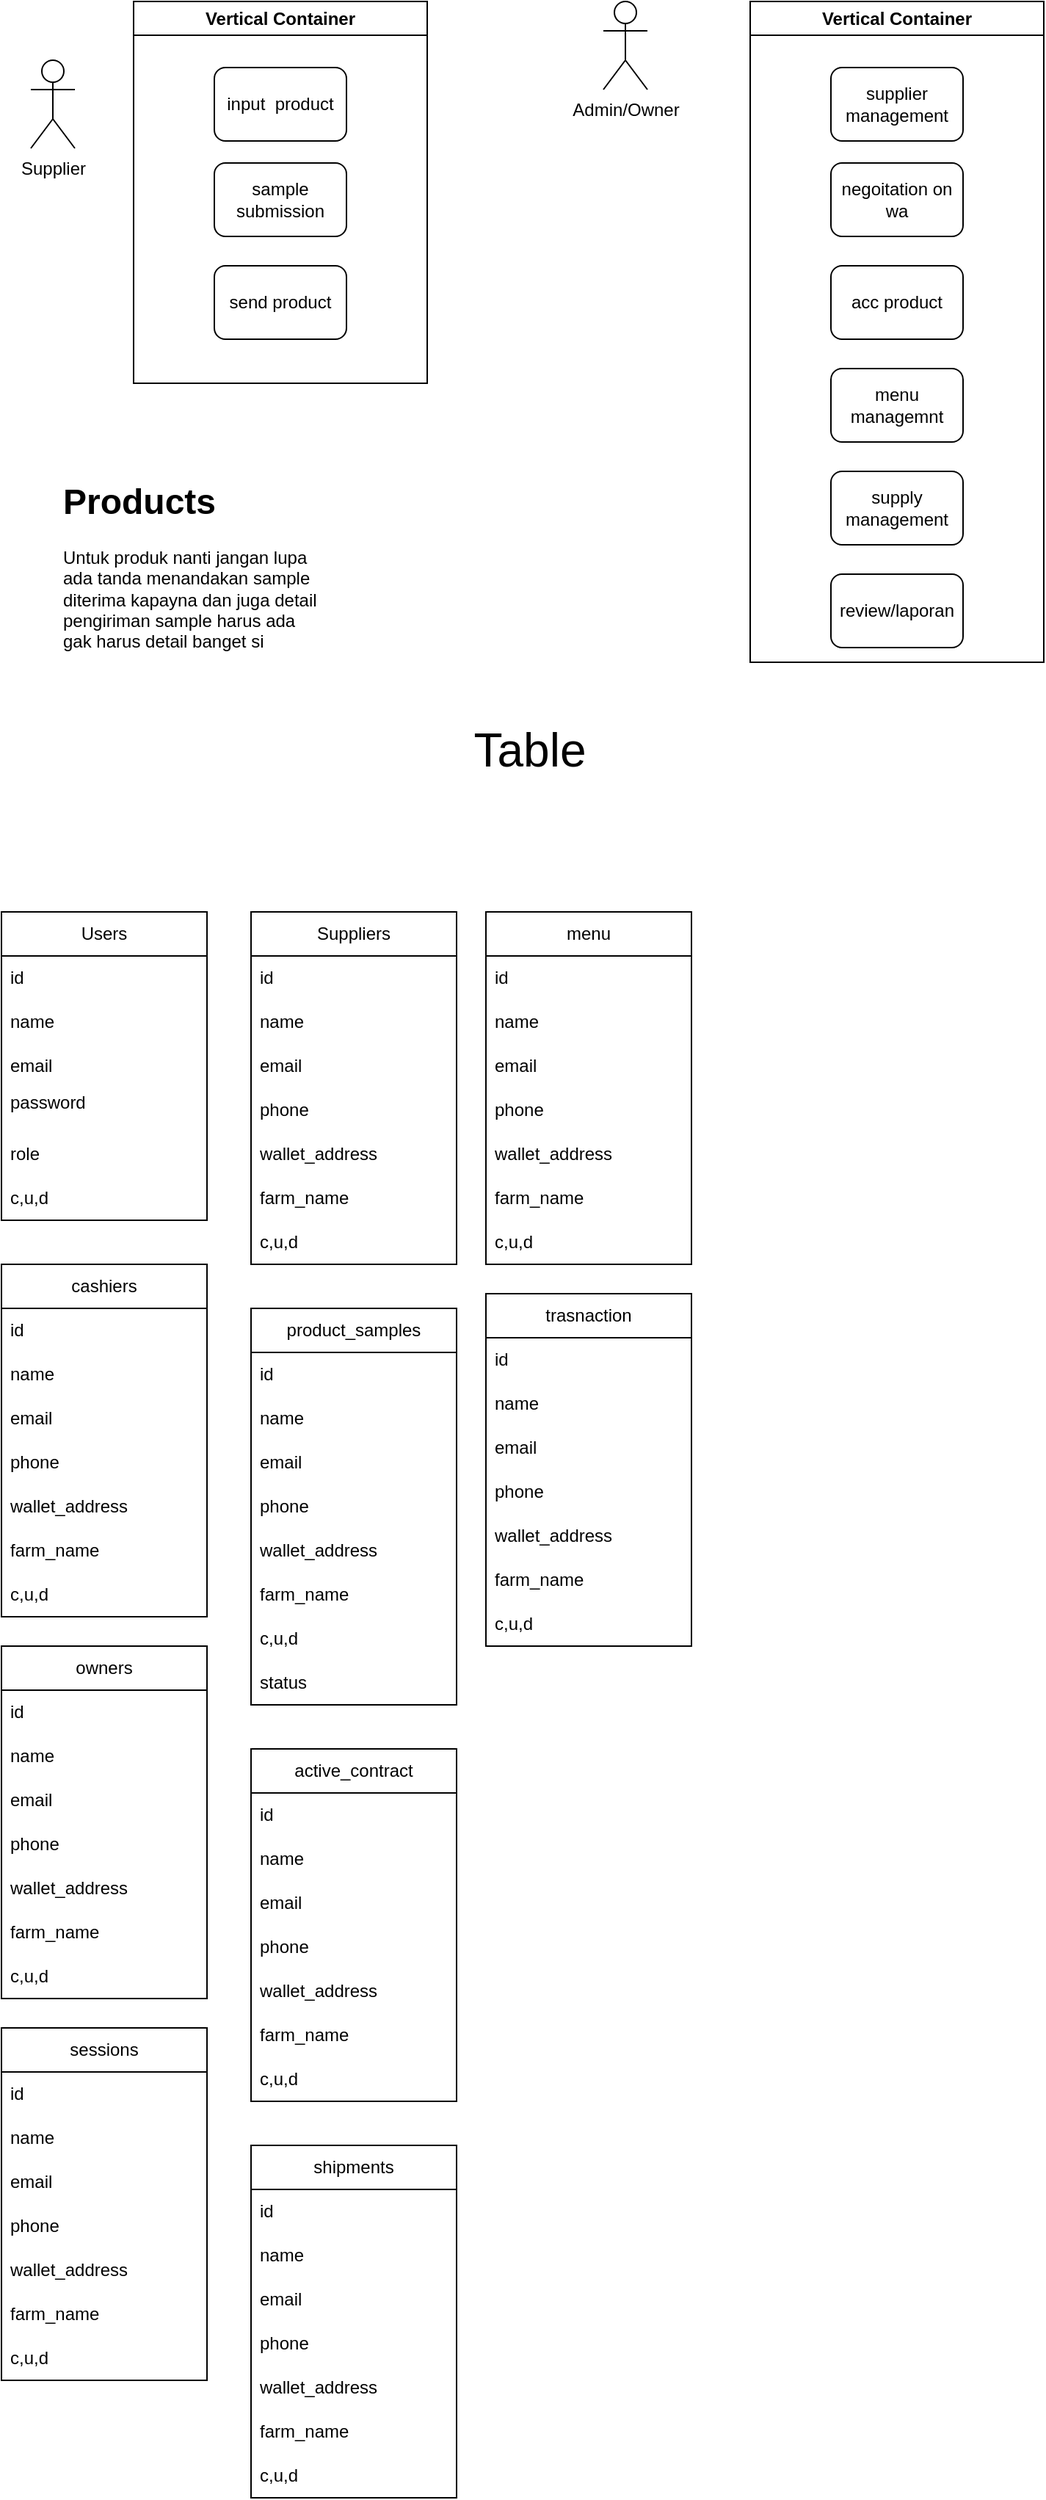
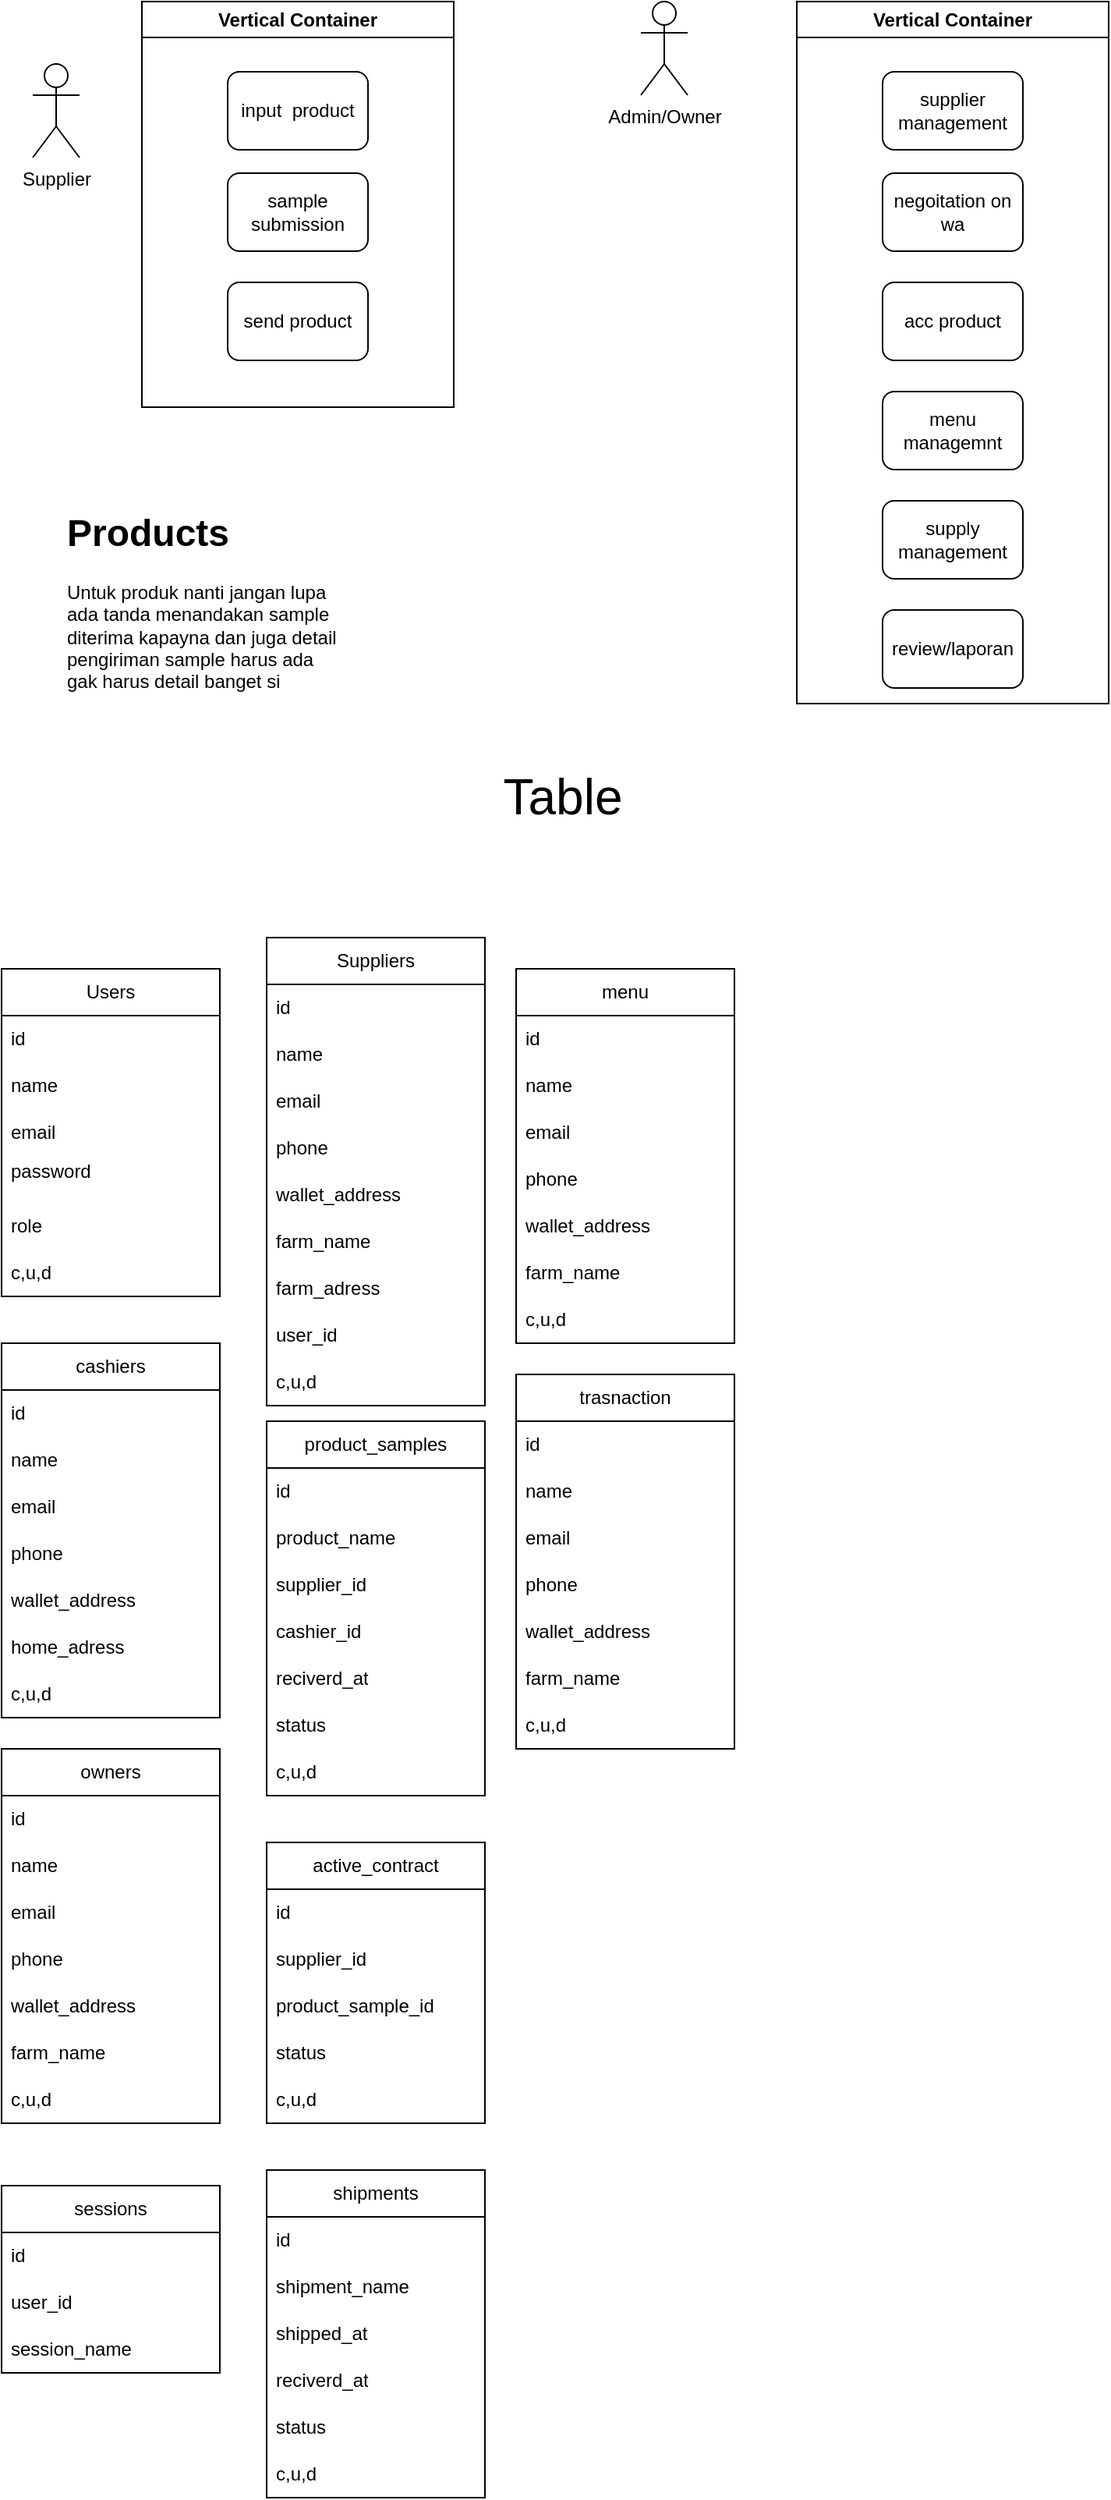
<mxfile host="app.diagrams.net">
  <diagram name="Page-1" id="4JNqUS_eqCUd7TRkhv-v">
-     <mxGraphModel dx="1664" dy="884" grid="1" gridSize="10" guides="1" tooltips="1" connect="1" arrows="1" fold="1" page="1" pageScale="1" pageWidth="850" pageHeight="1100" math="0" shadow="0">
+     <mxGraphModel dx="1288" dy="703" grid="1" gridSize="10" guides="1" tooltips="1" connect="1" arrows="1" fold="1" page="1" pageScale="1" pageWidth="850" pageHeight="1100" math="0" shadow="0">
      <root>
        <mxCell id="0" />
        <mxCell id="1" parent="0" />
        <mxCell id="Q1qn6uNOfP25dA6RXyFp-1" parent="1" style="shape=umlActor;verticalLabelPosition=bottom;verticalAlign=top;html=1;outlineConnect=0;" value="Supplier" vertex="1">
          <mxGeometry height="60" width="30" x="50" y="130" as="geometry" />
        </mxCell>
        <mxCell id="Q1qn6uNOfP25dA6RXyFp-2" parent="1" style="shape=umlActor;verticalLabelPosition=bottom;verticalAlign=top;html=1;outlineConnect=0;" value="Admin/Owner" vertex="1">
          <mxGeometry height="60" width="30" x="440" y="90" as="geometry" />
        </mxCell>
        <mxCell id="Q1qn6uNOfP25dA6RXyFp-5" parent="1" style="swimlane;whiteSpace=wrap;html=1;" value="Vertical Container" vertex="1">
          <mxGeometry height="260" width="200" x="120" y="90" as="geometry" />
        </mxCell>
        <mxCell id="Q1qn6uNOfP25dA6RXyFp-6" parent="Q1qn6uNOfP25dA6RXyFp-5" style="rounded=1;whiteSpace=wrap;html=1;" value="input&amp;nbsp; product" vertex="1">
          <mxGeometry height="50" width="90" x="55" y="45" as="geometry" />
        </mxCell>
        <mxCell id="Q1qn6uNOfP25dA6RXyFp-7" parent="Q1qn6uNOfP25dA6RXyFp-5" style="rounded=1;whiteSpace=wrap;html=1;" value="sample submission" vertex="1">
          <mxGeometry height="50" width="90" x="55" y="110" as="geometry" />
        </mxCell>
        <mxCell id="Q1qn6uNOfP25dA6RXyFp-9" parent="Q1qn6uNOfP25dA6RXyFp-5" style="rounded=1;whiteSpace=wrap;html=1;" value="send product" vertex="1">
          <mxGeometry height="50" width="90" x="55" y="180" as="geometry" />
        </mxCell>
        <mxCell id="Q1qn6uNOfP25dA6RXyFp-11" parent="1" style="swimlane;whiteSpace=wrap;html=1;" value="Vertical Container" vertex="1">
          <mxGeometry height="450" width="200" x="540" y="90" as="geometry" />
        </mxCell>
        <mxCell id="Q1qn6uNOfP25dA6RXyFp-12" parent="Q1qn6uNOfP25dA6RXyFp-11" style="rounded=1;whiteSpace=wrap;html=1;" value="supplier management" vertex="1">
          <mxGeometry height="50" width="90" x="55" y="45" as="geometry" />
        </mxCell>
        <mxCell id="Q1qn6uNOfP25dA6RXyFp-13" parent="Q1qn6uNOfP25dA6RXyFp-11" style="rounded=1;whiteSpace=wrap;html=1;" value="negoitation on wa" vertex="1">
          <mxGeometry height="50" width="90" x="55" y="110" as="geometry" />
        </mxCell>
        <mxCell id="Q1qn6uNOfP25dA6RXyFp-14" parent="Q1qn6uNOfP25dA6RXyFp-11" style="rounded=1;whiteSpace=wrap;html=1;" value="acc product" vertex="1">
          <mxGeometry height="50" width="90" x="55" y="180" as="geometry" />
        </mxCell>
        <mxCell id="Q1qn6uNOfP25dA6RXyFp-15" parent="Q1qn6uNOfP25dA6RXyFp-11" style="rounded=1;whiteSpace=wrap;html=1;" value="menu managemnt" vertex="1">
          <mxGeometry height="50" width="90" x="55" y="250" as="geometry" />
        </mxCell>
        <mxCell id="Q1qn6uNOfP25dA6RXyFp-16" parent="Q1qn6uNOfP25dA6RXyFp-11" style="rounded=1;whiteSpace=wrap;html=1;" value="supply management" vertex="1">
          <mxGeometry height="50" width="90" x="55" y="320" as="geometry" />
        </mxCell>
        <mxCell id="Q1qn6uNOfP25dA6RXyFp-17" parent="Q1qn6uNOfP25dA6RXyFp-11" style="rounded=1;whiteSpace=wrap;html=1;" value="review/laporan" vertex="1">
          <mxGeometry height="50" width="90" x="55" y="390" as="geometry" />
        </mxCell>
        <mxCell id="Q1qn6uNOfP25dA6RXyFp-18" parent="1" style="text;html=1;whiteSpace=wrap;strokeColor=none;fillColor=none;align=center;verticalAlign=middle;rounded=0;fontSize=32;" value="Table" vertex="1">
          <mxGeometry height="40" width="200" x="290" y="580" as="geometry" />
        </mxCell>
        <mxCell id="Q1qn6uNOfP25dA6RXyFp-19" parent="1" style="swimlane;fontStyle=0;childLayout=stackLayout;horizontal=1;startSize=30;horizontalStack=0;resizeParent=1;resizeParentMax=0;resizeLast=0;collapsible=1;marginBottom=0;whiteSpace=wrap;html=1;" value="Users" vertex="1">
          <mxGeometry height="210" width="140" x="30" y="710" as="geometry" />
        </mxCell>
        <mxCell id="Q1qn6uNOfP25dA6RXyFp-20" parent="Q1qn6uNOfP25dA6RXyFp-19" style="text;strokeColor=none;fillColor=none;align=left;verticalAlign=middle;spacingLeft=4;spacingRight=4;overflow=hidden;points=[[0,0.5],[1,0.5]];portConstraint=eastwest;rotatable=0;whiteSpace=wrap;html=1;" value="id" vertex="1">
          <mxGeometry height="30" width="140" y="30" as="geometry" />
        </mxCell>
        <mxCell id="Q1qn6uNOfP25dA6RXyFp-21" parent="Q1qn6uNOfP25dA6RXyFp-19" style="text;strokeColor=none;fillColor=none;align=left;verticalAlign=middle;spacingLeft=4;spacingRight=4;overflow=hidden;points=[[0,0.5],[1,0.5]];portConstraint=eastwest;rotatable=0;whiteSpace=wrap;html=1;" value="name" vertex="1">
          <mxGeometry height="30" width="140" y="60" as="geometry" />
        </mxCell>
        <mxCell id="Q1qn6uNOfP25dA6RXyFp-22" parent="Q1qn6uNOfP25dA6RXyFp-19" style="text;strokeColor=none;fillColor=none;align=left;verticalAlign=middle;spacingLeft=4;spacingRight=4;overflow=hidden;points=[[0,0.5],[1,0.5]];portConstraint=eastwest;rotatable=0;whiteSpace=wrap;html=1;" value="email" vertex="1">
          <mxGeometry height="30" width="140" y="90" as="geometry" />
        </mxCell>
        <mxCell id="Q1qn6uNOfP25dA6RXyFp-23" parent="Q1qn6uNOfP25dA6RXyFp-19" style="text;strokeColor=none;fillColor=none;align=left;verticalAlign=middle;spacingLeft=4;spacingRight=4;overflow=hidden;points=[[0,0.5],[1,0.5]];portConstraint=eastwest;rotatable=0;whiteSpace=wrap;html=1;" value="password&lt;div&gt;&lt;br&gt;&lt;/div&gt;" vertex="1">
          <mxGeometry height="30" width="140" y="120" as="geometry" />
        </mxCell>
        <mxCell id="Q1qn6uNOfP25dA6RXyFp-24" parent="Q1qn6uNOfP25dA6RXyFp-19" style="text;strokeColor=none;fillColor=none;align=left;verticalAlign=middle;spacingLeft=4;spacingRight=4;overflow=hidden;points=[[0,0.5],[1,0.5]];portConstraint=eastwest;rotatable=0;whiteSpace=wrap;html=1;" value="&lt;div&gt;role&lt;/div&gt;" vertex="1">
          <mxGeometry height="30" width="140" y="150" as="geometry" />
        </mxCell>
        <mxCell id="Q1qn6uNOfP25dA6RXyFp-26" parent="Q1qn6uNOfP25dA6RXyFp-19" style="text;strokeColor=none;fillColor=none;align=left;verticalAlign=middle;spacingLeft=4;spacingRight=4;overflow=hidden;points=[[0,0.5],[1,0.5]];portConstraint=eastwest;rotatable=0;whiteSpace=wrap;html=1;" value="&lt;div&gt;c,u,d&lt;/div&gt;" vertex="1">
          <mxGeometry height="30" width="140" y="180" as="geometry" />
        </mxCell>
        <mxCell id="Q1qn6uNOfP25dA6RXyFp-27" parent="1" style="swimlane;fontStyle=0;childLayout=stackLayout;horizontal=1;startSize=30;horizontalStack=0;resizeParent=1;resizeParentMax=0;resizeLast=0;collapsible=1;marginBottom=0;whiteSpace=wrap;html=1;" value="Suppliers" vertex="1">
-           <mxGeometry height="240" width="140" x="200" y="710" as="geometry" />
+           <mxGeometry height="300" width="140" x="200" y="690" as="geometry" />
        </mxCell>
        <mxCell id="Q1qn6uNOfP25dA6RXyFp-28" parent="Q1qn6uNOfP25dA6RXyFp-27" style="text;strokeColor=none;fillColor=none;align=left;verticalAlign=middle;spacingLeft=4;spacingRight=4;overflow=hidden;points=[[0,0.5],[1,0.5]];portConstraint=eastwest;rotatable=0;whiteSpace=wrap;html=1;" value="id" vertex="1">
          <mxGeometry height="30" width="140" y="30" as="geometry" />
        </mxCell>
        <mxCell id="Q1qn6uNOfP25dA6RXyFp-29" parent="Q1qn6uNOfP25dA6RXyFp-27" style="text;strokeColor=none;fillColor=none;align=left;verticalAlign=middle;spacingLeft=4;spacingRight=4;overflow=hidden;points=[[0,0.5],[1,0.5]];portConstraint=eastwest;rotatable=0;whiteSpace=wrap;html=1;" value="name" vertex="1">
          <mxGeometry height="30" width="140" y="60" as="geometry" />
        </mxCell>
        <mxCell id="Q1qn6uNOfP25dA6RXyFp-30" parent="Q1qn6uNOfP25dA6RXyFp-27" style="text;strokeColor=none;fillColor=none;align=left;verticalAlign=middle;spacingLeft=4;spacingRight=4;overflow=hidden;points=[[0,0.5],[1,0.5]];portConstraint=eastwest;rotatable=0;whiteSpace=wrap;html=1;" value="email" vertex="1">
          <mxGeometry height="30" width="140" y="90" as="geometry" />
        </mxCell>
        <mxCell id="Q1qn6uNOfP25dA6RXyFp-31" parent="Q1qn6uNOfP25dA6RXyFp-27" style="text;strokeColor=none;fillColor=none;align=left;verticalAlign=middle;spacingLeft=4;spacingRight=4;overflow=hidden;points=[[0,0.5],[1,0.5]];portConstraint=eastwest;rotatable=0;whiteSpace=wrap;html=1;" value="&lt;div&gt;phone&lt;/div&gt;" vertex="1">
          <mxGeometry height="30" width="140" y="120" as="geometry" />
        </mxCell>
        <mxCell id="Q1qn6uNOfP25dA6RXyFp-25" parent="Q1qn6uNOfP25dA6RXyFp-27" style="text;strokeColor=none;fillColor=none;align=left;verticalAlign=middle;spacingLeft=4;spacingRight=4;overflow=hidden;points=[[0,0.5],[1,0.5]];portConstraint=eastwest;rotatable=0;whiteSpace=wrap;html=1;" value="&lt;div&gt;wallet_address&lt;/div&gt;" vertex="1">
          <mxGeometry height="30" width="140" y="150" as="geometry" />
        </mxCell>
        <mxCell id="Q1qn6uNOfP25dA6RXyFp-35" parent="Q1qn6uNOfP25dA6RXyFp-27" style="text;strokeColor=none;fillColor=none;align=left;verticalAlign=middle;spacingLeft=4;spacingRight=4;overflow=hidden;points=[[0,0.5],[1,0.5]];portConstraint=eastwest;rotatable=0;whiteSpace=wrap;html=1;" value="farm_name" vertex="1">
          <mxGeometry height="30" width="140" y="180" as="geometry" />
        </mxCell>
+         <mxCell id="-SLvS0wpx-RBKat0YRym-4" parent="Q1qn6uNOfP25dA6RXyFp-27" style="text;strokeColor=none;fillColor=none;align=left;verticalAlign=middle;spacingLeft=4;spacingRight=4;overflow=hidden;points=[[0,0.5],[1,0.5]];portConstraint=eastwest;rotatable=0;whiteSpace=wrap;html=1;" value="farm_adress" vertex="1">
+           <mxGeometry height="30" width="140" y="210" as="geometry" />
+         </mxCell>
+         <mxCell id="-SLvS0wpx-RBKat0YRym-6" parent="Q1qn6uNOfP25dA6RXyFp-27" style="text;strokeColor=none;fillColor=none;align=left;verticalAlign=middle;spacingLeft=4;spacingRight=4;overflow=hidden;points=[[0,0.5],[1,0.5]];portConstraint=eastwest;rotatable=0;whiteSpace=wrap;html=1;" value="user_id" vertex="1">
+           <mxGeometry height="30" width="140" y="240" as="geometry" />
+         </mxCell>
        <mxCell id="Q1qn6uNOfP25dA6RXyFp-37" parent="Q1qn6uNOfP25dA6RXyFp-27" style="text;strokeColor=none;fillColor=none;align=left;verticalAlign=middle;spacingLeft=4;spacingRight=4;overflow=hidden;points=[[0,0.5],[1,0.5]];portConstraint=eastwest;rotatable=0;whiteSpace=wrap;html=1;" value="&lt;div&gt;c,u,d&lt;/div&gt;" vertex="1">
-           <mxGeometry height="30" width="140" y="210" as="geometry" />
+           <mxGeometry height="30" width="140" y="270" as="geometry" />
        </mxCell>
        <mxCell id="Q1qn6uNOfP25dA6RXyFp-38" parent="1" style="swimlane;fontStyle=0;childLayout=stackLayout;horizontal=1;startSize=30;horizontalStack=0;resizeParent=1;resizeParentMax=0;resizeLast=0;collapsible=1;marginBottom=0;whiteSpace=wrap;html=1;" value="active_contract" vertex="1">
-           <mxGeometry height="240" width="140" x="200" y="1280" as="geometry" />
+           <mxGeometry height="180" width="140" x="200" y="1270" as="geometry" />
        </mxCell>
        <mxCell id="Q1qn6uNOfP25dA6RXyFp-39" parent="Q1qn6uNOfP25dA6RXyFp-38" style="text;strokeColor=none;fillColor=none;align=left;verticalAlign=middle;spacingLeft=4;spacingRight=4;overflow=hidden;points=[[0,0.5],[1,0.5]];portConstraint=eastwest;rotatable=0;whiteSpace=wrap;html=1;" value="id" vertex="1">
          <mxGeometry height="30" width="140" y="30" as="geometry" />
        </mxCell>
-         <mxCell id="Q1qn6uNOfP25dA6RXyFp-40" parent="Q1qn6uNOfP25dA6RXyFp-38" style="text;strokeColor=none;fillColor=none;align=left;verticalAlign=middle;spacingLeft=4;spacingRight=4;overflow=hidden;points=[[0,0.5],[1,0.5]];portConstraint=eastwest;rotatable=0;whiteSpace=wrap;html=1;" value="name" vertex="1">
-           <mxGeometry height="30" width="140" y="60" as="geometry" />
-         </mxCell>
-         <mxCell id="Q1qn6uNOfP25dA6RXyFp-41" parent="Q1qn6uNOfP25dA6RXyFp-38" style="text;strokeColor=none;fillColor=none;align=left;verticalAlign=middle;spacingLeft=4;spacingRight=4;overflow=hidden;points=[[0,0.5],[1,0.5]];portConstraint=eastwest;rotatable=0;whiteSpace=wrap;html=1;" value="email" vertex="1">
-           <mxGeometry height="30" width="140" y="90" as="geometry" />
-         </mxCell>
-         <mxCell id="Q1qn6uNOfP25dA6RXyFp-42" parent="Q1qn6uNOfP25dA6RXyFp-38" style="text;strokeColor=none;fillColor=none;align=left;verticalAlign=middle;spacingLeft=4;spacingRight=4;overflow=hidden;points=[[0,0.5],[1,0.5]];portConstraint=eastwest;rotatable=0;whiteSpace=wrap;html=1;" value="&lt;div&gt;phone&lt;/div&gt;" vertex="1">
-           <mxGeometry height="30" width="140" y="120" as="geometry" />
-         </mxCell>
-         <mxCell id="Q1qn6uNOfP25dA6RXyFp-43" parent="Q1qn6uNOfP25dA6RXyFp-38" style="text;strokeColor=none;fillColor=none;align=left;verticalAlign=middle;spacingLeft=4;spacingRight=4;overflow=hidden;points=[[0,0.5],[1,0.5]];portConstraint=eastwest;rotatable=0;whiteSpace=wrap;html=1;" value="&lt;div&gt;wallet_address&lt;/div&gt;" vertex="1">
-           <mxGeometry height="30" width="140" y="150" as="geometry" />
-         </mxCell>
-         <mxCell id="Q1qn6uNOfP25dA6RXyFp-44" parent="Q1qn6uNOfP25dA6RXyFp-38" style="text;strokeColor=none;fillColor=none;align=left;verticalAlign=middle;spacingLeft=4;spacingRight=4;overflow=hidden;points=[[0,0.5],[1,0.5]];portConstraint=eastwest;rotatable=0;whiteSpace=wrap;html=1;" value="farm_name" vertex="1">
-           <mxGeometry height="30" width="140" y="180" as="geometry" />
+         <mxCell id="Q1qn6uNOfP25dA6RXyFp-40" parent="Q1qn6uNOfP25dA6RXyFp-38" style="text;strokeColor=none;fillColor=none;align=left;verticalAlign=middle;spacingLeft=4;spacingRight=4;overflow=hidden;points=[[0,0.5],[1,0.5]];portConstraint=eastwest;rotatable=0;whiteSpace=wrap;html=1;" value="supplier_id" vertex="1">
+           <mxGeometry height="30" width="140" y="60" as="geometry" />
+         </mxCell>
+         <mxCell id="Q1qn6uNOfP25dA6RXyFp-41" parent="Q1qn6uNOfP25dA6RXyFp-38" style="text;strokeColor=none;fillColor=none;align=left;verticalAlign=middle;spacingLeft=4;spacingRight=4;overflow=hidden;points=[[0,0.5],[1,0.5]];portConstraint=eastwest;rotatable=0;whiteSpace=wrap;html=1;" value="product_sample_id" vertex="1">
+           <mxGeometry height="30" width="140" y="90" as="geometry" />
+         </mxCell>
+         <mxCell id="Q1qn6uNOfP25dA6RXyFp-44" parent="Q1qn6uNOfP25dA6RXyFp-38" style="text;strokeColor=none;fillColor=none;align=left;verticalAlign=middle;spacingLeft=4;spacingRight=4;overflow=hidden;points=[[0,0.5],[1,0.5]];portConstraint=eastwest;rotatable=0;whiteSpace=wrap;html=1;" value="status" vertex="1">
+           <mxGeometry height="30" width="140" y="120" as="geometry" />
        </mxCell>
        <mxCell id="Q1qn6uNOfP25dA6RXyFp-45" parent="Q1qn6uNOfP25dA6RXyFp-38" style="text;strokeColor=none;fillColor=none;align=left;verticalAlign=middle;spacingLeft=4;spacingRight=4;overflow=hidden;points=[[0,0.5],[1,0.5]];portConstraint=eastwest;rotatable=0;whiteSpace=wrap;html=1;" value="&lt;div&gt;c,u,d&lt;/div&gt;" vertex="1">
-           <mxGeometry height="30" width="140" y="210" as="geometry" />
+           <mxGeometry height="30" width="140" y="150" as="geometry" />
        </mxCell>
        <mxCell id="Q1qn6uNOfP25dA6RXyFp-46" parent="1" style="swimlane;fontStyle=0;childLayout=stackLayout;horizontal=1;startSize=30;horizontalStack=0;resizeParent=1;resizeParentMax=0;resizeLast=0;collapsible=1;marginBottom=0;whiteSpace=wrap;html=1;" value="menu" vertex="1">
          <mxGeometry height="240" width="140" x="360" y="710" as="geometry" />
        </mxCell>
        <mxCell id="Q1qn6uNOfP25dA6RXyFp-47" parent="Q1qn6uNOfP25dA6RXyFp-46" style="text;strokeColor=none;fillColor=none;align=left;verticalAlign=middle;spacingLeft=4;spacingRight=4;overflow=hidden;points=[[0,0.5],[1,0.5]];portConstraint=eastwest;rotatable=0;whiteSpace=wrap;html=1;" value="id" vertex="1">
          <mxGeometry height="30" width="140" y="30" as="geometry" />
        </mxCell>
        <mxCell id="Q1qn6uNOfP25dA6RXyFp-48" parent="Q1qn6uNOfP25dA6RXyFp-46" style="text;strokeColor=none;fillColor=none;align=left;verticalAlign=middle;spacingLeft=4;spacingRight=4;overflow=hidden;points=[[0,0.5],[1,0.5]];portConstraint=eastwest;rotatable=0;whiteSpace=wrap;html=1;" value="name" vertex="1">
          <mxGeometry height="30" width="140" y="60" as="geometry" />
        </mxCell>
        <mxCell id="Q1qn6uNOfP25dA6RXyFp-49" parent="Q1qn6uNOfP25dA6RXyFp-46" style="text;strokeColor=none;fillColor=none;align=left;verticalAlign=middle;spacingLeft=4;spacingRight=4;overflow=hidden;points=[[0,0.5],[1,0.5]];portConstraint=eastwest;rotatable=0;whiteSpace=wrap;html=1;" value="email" vertex="1">
          <mxGeometry height="30" width="140" y="90" as="geometry" />
        </mxCell>
        <mxCell id="Q1qn6uNOfP25dA6RXyFp-50" parent="Q1qn6uNOfP25dA6RXyFp-46" style="text;strokeColor=none;fillColor=none;align=left;verticalAlign=middle;spacingLeft=4;spacingRight=4;overflow=hidden;points=[[0,0.5],[1,0.5]];portConstraint=eastwest;rotatable=0;whiteSpace=wrap;html=1;" value="&lt;div&gt;phone&lt;/div&gt;" vertex="1">
          <mxGeometry height="30" width="140" y="120" as="geometry" />
        </mxCell>
        <mxCell id="Q1qn6uNOfP25dA6RXyFp-51" parent="Q1qn6uNOfP25dA6RXyFp-46" style="text;strokeColor=none;fillColor=none;align=left;verticalAlign=middle;spacingLeft=4;spacingRight=4;overflow=hidden;points=[[0,0.5],[1,0.5]];portConstraint=eastwest;rotatable=0;whiteSpace=wrap;html=1;" value="&lt;div&gt;wallet_address&lt;/div&gt;" vertex="1">
          <mxGeometry height="30" width="140" y="150" as="geometry" />
        </mxCell>
        <mxCell id="Q1qn6uNOfP25dA6RXyFp-52" parent="Q1qn6uNOfP25dA6RXyFp-46" style="text;strokeColor=none;fillColor=none;align=left;verticalAlign=middle;spacingLeft=4;spacingRight=4;overflow=hidden;points=[[0,0.5],[1,0.5]];portConstraint=eastwest;rotatable=0;whiteSpace=wrap;html=1;" value="farm_name" vertex="1">
          <mxGeometry height="30" width="140" y="180" as="geometry" />
        </mxCell>
        <mxCell id="Q1qn6uNOfP25dA6RXyFp-53" parent="Q1qn6uNOfP25dA6RXyFp-46" style="text;strokeColor=none;fillColor=none;align=left;verticalAlign=middle;spacingLeft=4;spacingRight=4;overflow=hidden;points=[[0,0.5],[1,0.5]];portConstraint=eastwest;rotatable=0;whiteSpace=wrap;html=1;" value="&lt;div&gt;c,u,d&lt;/div&gt;" vertex="1">
          <mxGeometry height="30" width="140" y="210" as="geometry" />
        </mxCell>
        <mxCell id="Q1qn6uNOfP25dA6RXyFp-54" parent="1" style="swimlane;fontStyle=0;childLayout=stackLayout;horizontal=1;startSize=30;horizontalStack=0;resizeParent=1;resizeParentMax=0;resizeLast=0;collapsible=1;marginBottom=0;whiteSpace=wrap;html=1;" value="product_samples" vertex="1">
-           <mxGeometry height="270" width="140" x="200" y="980" as="geometry" />
+           <mxGeometry height="240" width="140" x="200" y="1000" as="geometry" />
        </mxCell>
        <mxCell id="Q1qn6uNOfP25dA6RXyFp-55" parent="Q1qn6uNOfP25dA6RXyFp-54" style="text;strokeColor=none;fillColor=none;align=left;verticalAlign=middle;spacingLeft=4;spacingRight=4;overflow=hidden;points=[[0,0.5],[1,0.5]];portConstraint=eastwest;rotatable=0;whiteSpace=wrap;html=1;" value="id" vertex="1">
          <mxGeometry height="30" width="140" y="30" as="geometry" />
        </mxCell>
-         <mxCell id="Q1qn6uNOfP25dA6RXyFp-56" parent="Q1qn6uNOfP25dA6RXyFp-54" style="text;strokeColor=none;fillColor=none;align=left;verticalAlign=middle;spacingLeft=4;spacingRight=4;overflow=hidden;points=[[0,0.5],[1,0.5]];portConstraint=eastwest;rotatable=0;whiteSpace=wrap;html=1;" value="name" vertex="1">
-           <mxGeometry height="30" width="140" y="60" as="geometry" />
-         </mxCell>
-         <mxCell id="Q1qn6uNOfP25dA6RXyFp-57" parent="Q1qn6uNOfP25dA6RXyFp-54" style="text;strokeColor=none;fillColor=none;align=left;verticalAlign=middle;spacingLeft=4;spacingRight=4;overflow=hidden;points=[[0,0.5],[1,0.5]];portConstraint=eastwest;rotatable=0;whiteSpace=wrap;html=1;" value="email" vertex="1">
-           <mxGeometry height="30" width="140" y="90" as="geometry" />
-         </mxCell>
-         <mxCell id="Q1qn6uNOfP25dA6RXyFp-58" parent="Q1qn6uNOfP25dA6RXyFp-54" style="text;strokeColor=none;fillColor=none;align=left;verticalAlign=middle;spacingLeft=4;spacingRight=4;overflow=hidden;points=[[0,0.5],[1,0.5]];portConstraint=eastwest;rotatable=0;whiteSpace=wrap;html=1;" value="&lt;div&gt;phone&lt;/div&gt;" vertex="1">
-           <mxGeometry height="30" width="140" y="120" as="geometry" />
-         </mxCell>
-         <mxCell id="Q1qn6uNOfP25dA6RXyFp-59" parent="Q1qn6uNOfP25dA6RXyFp-54" style="text;strokeColor=none;fillColor=none;align=left;verticalAlign=middle;spacingLeft=4;spacingRight=4;overflow=hidden;points=[[0,0.5],[1,0.5]];portConstraint=eastwest;rotatable=0;whiteSpace=wrap;html=1;" value="&lt;div&gt;wallet_address&lt;/div&gt;" vertex="1">
-           <mxGeometry height="30" width="140" y="150" as="geometry" />
-         </mxCell>
-         <mxCell id="Q1qn6uNOfP25dA6RXyFp-60" parent="Q1qn6uNOfP25dA6RXyFp-54" style="text;strokeColor=none;fillColor=none;align=left;verticalAlign=middle;spacingLeft=4;spacingRight=4;overflow=hidden;points=[[0,0.5],[1,0.5]];portConstraint=eastwest;rotatable=0;whiteSpace=wrap;html=1;" value="farm_name" vertex="1">
+         <mxCell id="Q1qn6uNOfP25dA6RXyFp-57" parent="Q1qn6uNOfP25dA6RXyFp-54" style="text;strokeColor=none;fillColor=none;align=left;verticalAlign=middle;spacingLeft=4;spacingRight=4;overflow=hidden;points=[[0,0.5],[1,0.5]];portConstraint=eastwest;rotatable=0;whiteSpace=wrap;html=1;" value="product_name" vertex="1">
+           <mxGeometry height="30" width="140" y="60" as="geometry" />
+         </mxCell>
+         <mxCell id="-SLvS0wpx-RBKat0YRym-5" parent="Q1qn6uNOfP25dA6RXyFp-54" style="text;strokeColor=none;fillColor=none;align=left;verticalAlign=middle;spacingLeft=4;spacingRight=4;overflow=hidden;points=[[0,0.5],[1,0.5]];portConstraint=eastwest;rotatable=0;whiteSpace=wrap;html=1;" value="supplier_id" vertex="1">
+           <mxGeometry height="30" width="140" y="90" as="geometry" />
+         </mxCell>
+         <mxCell id="-SLvS0wpx-RBKat0YRym-7" parent="Q1qn6uNOfP25dA6RXyFp-54" style="text;strokeColor=none;fillColor=none;align=left;verticalAlign=middle;spacingLeft=4;spacingRight=4;overflow=hidden;points=[[0,0.5],[1,0.5]];portConstraint=eastwest;rotatable=0;whiteSpace=wrap;html=1;" value="cashier_id" vertex="1">
+           <mxGeometry height="30" width="140" y="120" as="geometry" />
+         </mxCell>
+         <mxCell id="-SLvS0wpx-RBKat0YRym-8" parent="Q1qn6uNOfP25dA6RXyFp-54" style="text;strokeColor=none;fillColor=none;align=left;verticalAlign=middle;spacingLeft=4;spacingRight=4;overflow=hidden;points=[[0,0.5],[1,0.5]];portConstraint=eastwest;rotatable=0;whiteSpace=wrap;html=1;" value="reciverd_at" vertex="1">
+           <mxGeometry height="30" width="140" y="150" as="geometry" />
+         </mxCell>
+         <mxCell id="Q1qn6uNOfP25dA6RXyFp-87" parent="Q1qn6uNOfP25dA6RXyFp-54" style="text;strokeColor=none;fillColor=none;align=left;verticalAlign=middle;spacingLeft=4;spacingRight=4;overflow=hidden;points=[[0,0.5],[1,0.5]];portConstraint=eastwest;rotatable=0;whiteSpace=wrap;html=1;" value="status" vertex="1">
          <mxGeometry height="30" width="140" y="180" as="geometry" />
        </mxCell>
        <mxCell id="Q1qn6uNOfP25dA6RXyFp-61" parent="Q1qn6uNOfP25dA6RXyFp-54" style="text;strokeColor=none;fillColor=none;align=left;verticalAlign=middle;spacingLeft=4;spacingRight=4;overflow=hidden;points=[[0,0.5],[1,0.5]];portConstraint=eastwest;rotatable=0;whiteSpace=wrap;html=1;" value="&lt;div&gt;c,u,d&lt;/div&gt;" vertex="1">
          <mxGeometry height="30" width="140" y="210" as="geometry" />
-         </mxCell>
-         <mxCell id="Q1qn6uNOfP25dA6RXyFp-87" parent="Q1qn6uNOfP25dA6RXyFp-54" style="text;strokeColor=none;fillColor=none;align=left;verticalAlign=middle;spacingLeft=4;spacingRight=4;overflow=hidden;points=[[0,0.5],[1,0.5]];portConstraint=eastwest;rotatable=0;whiteSpace=wrap;html=1;" value="status" vertex="1">
-           <mxGeometry height="30" width="140" y="240" as="geometry" />
        </mxCell>
        <mxCell id="Q1qn6uNOfP25dA6RXyFp-62" parent="1" style="text;html=1;whiteSpace=wrap;overflow=hidden;rounded=0;" value="&lt;h1 style=&quot;margin-top: 0px;&quot;&gt;Products&lt;/h1&gt;&lt;p&gt;Untuk produk nanti jangan lupa ada tanda menandakan sample diterima kapayna dan juga detail pengiriman sample harus ada gak harus detail banget si&lt;/p&gt;" vertex="1">
          <mxGeometry height="120" width="180" x="70" y="410" as="geometry" />
        </mxCell>
        <mxCell id="Q1qn6uNOfP25dA6RXyFp-63" parent="1" style="swimlane;fontStyle=0;childLayout=stackLayout;horizontal=1;startSize=30;horizontalStack=0;resizeParent=1;resizeParentMax=0;resizeLast=0;collapsible=1;marginBottom=0;whiteSpace=wrap;html=1;" value="owners" vertex="1">
          <mxGeometry height="240" width="140" x="30" y="1210" as="geometry" />
        </mxCell>
        <mxCell id="Q1qn6uNOfP25dA6RXyFp-64" parent="Q1qn6uNOfP25dA6RXyFp-63" style="text;strokeColor=none;fillColor=none;align=left;verticalAlign=middle;spacingLeft=4;spacingRight=4;overflow=hidden;points=[[0,0.5],[1,0.5]];portConstraint=eastwest;rotatable=0;whiteSpace=wrap;html=1;" value="id" vertex="1">
          <mxGeometry height="30" width="140" y="30" as="geometry" />
        </mxCell>
        <mxCell id="Q1qn6uNOfP25dA6RXyFp-65" parent="Q1qn6uNOfP25dA6RXyFp-63" style="text;strokeColor=none;fillColor=none;align=left;verticalAlign=middle;spacingLeft=4;spacingRight=4;overflow=hidden;points=[[0,0.5],[1,0.5]];portConstraint=eastwest;rotatable=0;whiteSpace=wrap;html=1;" value="name" vertex="1">
          <mxGeometry height="30" width="140" y="60" as="geometry" />
        </mxCell>
        <mxCell id="Q1qn6uNOfP25dA6RXyFp-66" parent="Q1qn6uNOfP25dA6RXyFp-63" style="text;strokeColor=none;fillColor=none;align=left;verticalAlign=middle;spacingLeft=4;spacingRight=4;overflow=hidden;points=[[0,0.5],[1,0.5]];portConstraint=eastwest;rotatable=0;whiteSpace=wrap;html=1;" value="email" vertex="1">
          <mxGeometry height="30" width="140" y="90" as="geometry" />
        </mxCell>
        <mxCell id="Q1qn6uNOfP25dA6RXyFp-67" parent="Q1qn6uNOfP25dA6RXyFp-63" style="text;strokeColor=none;fillColor=none;align=left;verticalAlign=middle;spacingLeft=4;spacingRight=4;overflow=hidden;points=[[0,0.5],[1,0.5]];portConstraint=eastwest;rotatable=0;whiteSpace=wrap;html=1;" value="&lt;div&gt;phone&lt;/div&gt;" vertex="1">
          <mxGeometry height="30" width="140" y="120" as="geometry" />
        </mxCell>
        <mxCell id="Q1qn6uNOfP25dA6RXyFp-68" parent="Q1qn6uNOfP25dA6RXyFp-63" style="text;strokeColor=none;fillColor=none;align=left;verticalAlign=middle;spacingLeft=4;spacingRight=4;overflow=hidden;points=[[0,0.5],[1,0.5]];portConstraint=eastwest;rotatable=0;whiteSpace=wrap;html=1;" value="&lt;div&gt;wallet_address&lt;/div&gt;" vertex="1">
          <mxGeometry height="30" width="140" y="150" as="geometry" />
        </mxCell>
        <mxCell id="Q1qn6uNOfP25dA6RXyFp-69" parent="Q1qn6uNOfP25dA6RXyFp-63" style="text;strokeColor=none;fillColor=none;align=left;verticalAlign=middle;spacingLeft=4;spacingRight=4;overflow=hidden;points=[[0,0.5],[1,0.5]];portConstraint=eastwest;rotatable=0;whiteSpace=wrap;html=1;" value="farm_name" vertex="1">
          <mxGeometry height="30" width="140" y="180" as="geometry" />
        </mxCell>
        <mxCell id="Q1qn6uNOfP25dA6RXyFp-70" parent="Q1qn6uNOfP25dA6RXyFp-63" style="text;strokeColor=none;fillColor=none;align=left;verticalAlign=middle;spacingLeft=4;spacingRight=4;overflow=hidden;points=[[0,0.5],[1,0.5]];portConstraint=eastwest;rotatable=0;whiteSpace=wrap;html=1;" value="&lt;div&gt;c,u,d&lt;/div&gt;" vertex="1">
          <mxGeometry height="30" width="140" y="210" as="geometry" />
        </mxCell>
        <mxCell id="Q1qn6uNOfP25dA6RXyFp-71" parent="1" style="swimlane;fontStyle=0;childLayout=stackLayout;horizontal=1;startSize=30;horizontalStack=0;resizeParent=1;resizeParentMax=0;resizeLast=0;collapsible=1;marginBottom=0;whiteSpace=wrap;html=1;" value="trasnaction" vertex="1">
          <mxGeometry height="240" width="140" x="360" y="970" as="geometry" />
        </mxCell>
        <mxCell id="Q1qn6uNOfP25dA6RXyFp-72" parent="Q1qn6uNOfP25dA6RXyFp-71" style="text;strokeColor=none;fillColor=none;align=left;verticalAlign=middle;spacingLeft=4;spacingRight=4;overflow=hidden;points=[[0,0.5],[1,0.5]];portConstraint=eastwest;rotatable=0;whiteSpace=wrap;html=1;" value="id" vertex="1">
          <mxGeometry height="30" width="140" y="30" as="geometry" />
        </mxCell>
        <mxCell id="Q1qn6uNOfP25dA6RXyFp-73" parent="Q1qn6uNOfP25dA6RXyFp-71" style="text;strokeColor=none;fillColor=none;align=left;verticalAlign=middle;spacingLeft=4;spacingRight=4;overflow=hidden;points=[[0,0.5],[1,0.5]];portConstraint=eastwest;rotatable=0;whiteSpace=wrap;html=1;" value="name" vertex="1">
          <mxGeometry height="30" width="140" y="60" as="geometry" />
        </mxCell>
        <mxCell id="Q1qn6uNOfP25dA6RXyFp-74" parent="Q1qn6uNOfP25dA6RXyFp-71" style="text;strokeColor=none;fillColor=none;align=left;verticalAlign=middle;spacingLeft=4;spacingRight=4;overflow=hidden;points=[[0,0.5],[1,0.5]];portConstraint=eastwest;rotatable=0;whiteSpace=wrap;html=1;" value="email" vertex="1">
          <mxGeometry height="30" width="140" y="90" as="geometry" />
        </mxCell>
        <mxCell id="Q1qn6uNOfP25dA6RXyFp-75" parent="Q1qn6uNOfP25dA6RXyFp-71" style="text;strokeColor=none;fillColor=none;align=left;verticalAlign=middle;spacingLeft=4;spacingRight=4;overflow=hidden;points=[[0,0.5],[1,0.5]];portConstraint=eastwest;rotatable=0;whiteSpace=wrap;html=1;" value="&lt;div&gt;phone&lt;/div&gt;" vertex="1">
          <mxGeometry height="30" width="140" y="120" as="geometry" />
        </mxCell>
        <mxCell id="Q1qn6uNOfP25dA6RXyFp-76" parent="Q1qn6uNOfP25dA6RXyFp-71" style="text;strokeColor=none;fillColor=none;align=left;verticalAlign=middle;spacingLeft=4;spacingRight=4;overflow=hidden;points=[[0,0.5],[1,0.5]];portConstraint=eastwest;rotatable=0;whiteSpace=wrap;html=1;" value="&lt;div&gt;wallet_address&lt;/div&gt;" vertex="1">
          <mxGeometry height="30" width="140" y="150" as="geometry" />
        </mxCell>
        <mxCell id="Q1qn6uNOfP25dA6RXyFp-77" parent="Q1qn6uNOfP25dA6RXyFp-71" style="text;strokeColor=none;fillColor=none;align=left;verticalAlign=middle;spacingLeft=4;spacingRight=4;overflow=hidden;points=[[0,0.5],[1,0.5]];portConstraint=eastwest;rotatable=0;whiteSpace=wrap;html=1;" value="farm_name" vertex="1">
          <mxGeometry height="30" width="140" y="180" as="geometry" />
        </mxCell>
        <mxCell id="Q1qn6uNOfP25dA6RXyFp-78" parent="Q1qn6uNOfP25dA6RXyFp-71" style="text;strokeColor=none;fillColor=none;align=left;verticalAlign=middle;spacingLeft=4;spacingRight=4;overflow=hidden;points=[[0,0.5],[1,0.5]];portConstraint=eastwest;rotatable=0;whiteSpace=wrap;html=1;" value="&lt;div&gt;c,u,d&lt;/div&gt;" vertex="1">
          <mxGeometry height="30" width="140" y="210" as="geometry" />
        </mxCell>
        <mxCell id="Q1qn6uNOfP25dA6RXyFp-79" parent="1" style="swimlane;fontStyle=0;childLayout=stackLayout;horizontal=1;startSize=30;horizontalStack=0;resizeParent=1;resizeParentMax=0;resizeLast=0;collapsible=1;marginBottom=0;whiteSpace=wrap;html=1;" value="cashiers" vertex="1">
          <mxGeometry height="240" width="140" x="30" y="950" as="geometry" />
        </mxCell>
        <mxCell id="Q1qn6uNOfP25dA6RXyFp-80" parent="Q1qn6uNOfP25dA6RXyFp-79" style="text;strokeColor=none;fillColor=none;align=left;verticalAlign=middle;spacingLeft=4;spacingRight=4;overflow=hidden;points=[[0,0.5],[1,0.5]];portConstraint=eastwest;rotatable=0;whiteSpace=wrap;html=1;" value="id" vertex="1">
          <mxGeometry height="30" width="140" y="30" as="geometry" />
        </mxCell>
        <mxCell id="Q1qn6uNOfP25dA6RXyFp-81" parent="Q1qn6uNOfP25dA6RXyFp-79" style="text;strokeColor=none;fillColor=none;align=left;verticalAlign=middle;spacingLeft=4;spacingRight=4;overflow=hidden;points=[[0,0.5],[1,0.5]];portConstraint=eastwest;rotatable=0;whiteSpace=wrap;html=1;" value="name" vertex="1">
          <mxGeometry height="30" width="140" y="60" as="geometry" />
        </mxCell>
        <mxCell id="Q1qn6uNOfP25dA6RXyFp-82" parent="Q1qn6uNOfP25dA6RXyFp-79" style="text;strokeColor=none;fillColor=none;align=left;verticalAlign=middle;spacingLeft=4;spacingRight=4;overflow=hidden;points=[[0,0.5],[1,0.5]];portConstraint=eastwest;rotatable=0;whiteSpace=wrap;html=1;" value="email" vertex="1">
          <mxGeometry height="30" width="140" y="90" as="geometry" />
        </mxCell>
        <mxCell id="Q1qn6uNOfP25dA6RXyFp-83" parent="Q1qn6uNOfP25dA6RXyFp-79" style="text;strokeColor=none;fillColor=none;align=left;verticalAlign=middle;spacingLeft=4;spacingRight=4;overflow=hidden;points=[[0,0.5],[1,0.5]];portConstraint=eastwest;rotatable=0;whiteSpace=wrap;html=1;" value="&lt;div&gt;phone&lt;/div&gt;" vertex="1">
          <mxGeometry height="30" width="140" y="120" as="geometry" />
        </mxCell>
        <mxCell id="Q1qn6uNOfP25dA6RXyFp-84" parent="Q1qn6uNOfP25dA6RXyFp-79" style="text;strokeColor=none;fillColor=none;align=left;verticalAlign=middle;spacingLeft=4;spacingRight=4;overflow=hidden;points=[[0,0.5],[1,0.5]];portConstraint=eastwest;rotatable=0;whiteSpace=wrap;html=1;" value="&lt;div&gt;wallet_address&lt;/div&gt;" vertex="1">
          <mxGeometry height="30" width="140" y="150" as="geometry" />
        </mxCell>
-         <mxCell id="Q1qn6uNOfP25dA6RXyFp-85" parent="Q1qn6uNOfP25dA6RXyFp-79" style="text;strokeColor=none;fillColor=none;align=left;verticalAlign=middle;spacingLeft=4;spacingRight=4;overflow=hidden;points=[[0,0.5],[1,0.5]];portConstraint=eastwest;rotatable=0;whiteSpace=wrap;html=1;" value="farm_name" vertex="1">
+         <mxCell id="-SLvS0wpx-RBKat0YRym-1" parent="Q1qn6uNOfP25dA6RXyFp-79" style="text;strokeColor=none;fillColor=none;align=left;verticalAlign=middle;spacingLeft=4;spacingRight=4;overflow=hidden;points=[[0,0.5],[1,0.5]];portConstraint=eastwest;rotatable=0;whiteSpace=wrap;html=1;" value="&lt;div&gt;home_adress&lt;/div&gt;" vertex="1">
          <mxGeometry height="30" width="140" y="180" as="geometry" />
        </mxCell>
        <mxCell id="Q1qn6uNOfP25dA6RXyFp-86" parent="Q1qn6uNOfP25dA6RXyFp-79" style="text;strokeColor=none;fillColor=none;align=left;verticalAlign=middle;spacingLeft=4;spacingRight=4;overflow=hidden;points=[[0,0.5],[1,0.5]];portConstraint=eastwest;rotatable=0;whiteSpace=wrap;html=1;" value="&lt;div&gt;c,u,d&lt;/div&gt;" vertex="1">
          <mxGeometry height="30" width="140" y="210" as="geometry" />
        </mxCell>
        <mxCell id="Q1qn6uNOfP25dA6RXyFp-89" parent="1" style="swimlane;fontStyle=0;childLayout=stackLayout;horizontal=1;startSize=30;horizontalStack=0;resizeParent=1;resizeParentMax=0;resizeLast=0;collapsible=1;marginBottom=0;whiteSpace=wrap;html=1;" value="shipments" vertex="1">
-           <mxGeometry height="240" width="140" x="200" y="1550" as="geometry" />
+           <mxGeometry height="210" width="140" x="200" y="1480" as="geometry" />
        </mxCell>
        <mxCell id="Q1qn6uNOfP25dA6RXyFp-90" parent="Q1qn6uNOfP25dA6RXyFp-89" style="text;strokeColor=none;fillColor=none;align=left;verticalAlign=middle;spacingLeft=4;spacingRight=4;overflow=hidden;points=[[0,0.5],[1,0.5]];portConstraint=eastwest;rotatable=0;whiteSpace=wrap;html=1;" value="id" vertex="1">
          <mxGeometry height="30" width="140" y="30" as="geometry" />
        </mxCell>
-         <mxCell id="Q1qn6uNOfP25dA6RXyFp-91" parent="Q1qn6uNOfP25dA6RXyFp-89" style="text;strokeColor=none;fillColor=none;align=left;verticalAlign=middle;spacingLeft=4;spacingRight=4;overflow=hidden;points=[[0,0.5],[1,0.5]];portConstraint=eastwest;rotatable=0;whiteSpace=wrap;html=1;" value="name" vertex="1">
-           <mxGeometry height="30" width="140" y="60" as="geometry" />
-         </mxCell>
-         <mxCell id="Q1qn6uNOfP25dA6RXyFp-92" parent="Q1qn6uNOfP25dA6RXyFp-89" style="text;strokeColor=none;fillColor=none;align=left;verticalAlign=middle;spacingLeft=4;spacingRight=4;overflow=hidden;points=[[0,0.5],[1,0.5]];portConstraint=eastwest;rotatable=0;whiteSpace=wrap;html=1;" value="email" vertex="1">
-           <mxGeometry height="30" width="140" y="90" as="geometry" />
-         </mxCell>
-         <mxCell id="Q1qn6uNOfP25dA6RXyFp-93" parent="Q1qn6uNOfP25dA6RXyFp-89" style="text;strokeColor=none;fillColor=none;align=left;verticalAlign=middle;spacingLeft=4;spacingRight=4;overflow=hidden;points=[[0,0.5],[1,0.5]];portConstraint=eastwest;rotatable=0;whiteSpace=wrap;html=1;" value="&lt;div&gt;phone&lt;/div&gt;" vertex="1">
-           <mxGeometry height="30" width="140" y="120" as="geometry" />
-         </mxCell>
-         <mxCell id="Q1qn6uNOfP25dA6RXyFp-94" parent="Q1qn6uNOfP25dA6RXyFp-89" style="text;strokeColor=none;fillColor=none;align=left;verticalAlign=middle;spacingLeft=4;spacingRight=4;overflow=hidden;points=[[0,0.5],[1,0.5]];portConstraint=eastwest;rotatable=0;whiteSpace=wrap;html=1;" value="&lt;div&gt;wallet_address&lt;/div&gt;" vertex="1">
-           <mxGeometry height="30" width="140" y="150" as="geometry" />
-         </mxCell>
-         <mxCell id="Q1qn6uNOfP25dA6RXyFp-95" parent="Q1qn6uNOfP25dA6RXyFp-89" style="text;strokeColor=none;fillColor=none;align=left;verticalAlign=middle;spacingLeft=4;spacingRight=4;overflow=hidden;points=[[0,0.5],[1,0.5]];portConstraint=eastwest;rotatable=0;whiteSpace=wrap;html=1;" value="farm_name" vertex="1">
-           <mxGeometry height="30" width="140" y="180" as="geometry" />
+         <mxCell id="Q1qn6uNOfP25dA6RXyFp-91" parent="Q1qn6uNOfP25dA6RXyFp-89" style="text;strokeColor=none;fillColor=none;align=left;verticalAlign=middle;spacingLeft=4;spacingRight=4;overflow=hidden;points=[[0,0.5],[1,0.5]];portConstraint=eastwest;rotatable=0;whiteSpace=wrap;html=1;" value="shipment_name" vertex="1">
+           <mxGeometry height="30" width="140" y="60" as="geometry" />
+         </mxCell>
+         <mxCell id="Q1qn6uNOfP25dA6RXyFp-92" parent="Q1qn6uNOfP25dA6RXyFp-89" style="text;strokeColor=none;fillColor=none;align=left;verticalAlign=middle;spacingLeft=4;spacingRight=4;overflow=hidden;points=[[0,0.5],[1,0.5]];portConstraint=eastwest;rotatable=0;whiteSpace=wrap;html=1;" value="shipped_at" vertex="1">
+           <mxGeometry height="30" width="140" y="90" as="geometry" />
+         </mxCell>
+         <mxCell id="Q1qn6uNOfP25dA6RXyFp-93" parent="Q1qn6uNOfP25dA6RXyFp-89" style="text;strokeColor=none;fillColor=none;align=left;verticalAlign=middle;spacingLeft=4;spacingRight=4;overflow=hidden;points=[[0,0.5],[1,0.5]];portConstraint=eastwest;rotatable=0;whiteSpace=wrap;html=1;" value="&lt;div&gt;reciverd_at&lt;/div&gt;" vertex="1">
+           <mxGeometry height="30" width="140" y="120" as="geometry" />
+         </mxCell>
+         <mxCell id="Q1qn6uNOfP25dA6RXyFp-94" parent="Q1qn6uNOfP25dA6RXyFp-89" style="text;strokeColor=none;fillColor=none;align=left;verticalAlign=middle;spacingLeft=4;spacingRight=4;overflow=hidden;points=[[0,0.5],[1,0.5]];portConstraint=eastwest;rotatable=0;whiteSpace=wrap;html=1;" value="&lt;div&gt;status&lt;/div&gt;" vertex="1">
+           <mxGeometry height="30" width="140" y="150" as="geometry" />
        </mxCell>
        <mxCell id="Q1qn6uNOfP25dA6RXyFp-96" parent="Q1qn6uNOfP25dA6RXyFp-89" style="text;strokeColor=none;fillColor=none;align=left;verticalAlign=middle;spacingLeft=4;spacingRight=4;overflow=hidden;points=[[0,0.5],[1,0.5]];portConstraint=eastwest;rotatable=0;whiteSpace=wrap;html=1;" value="&lt;div&gt;c,u,d&lt;/div&gt;" vertex="1">
-           <mxGeometry height="30" width="140" y="210" as="geometry" />
+           <mxGeometry height="30" width="140" y="180" as="geometry" />
        </mxCell>
        <mxCell id="Q1qn6uNOfP25dA6RXyFp-98" parent="1" style="swimlane;fontStyle=0;childLayout=stackLayout;horizontal=1;startSize=30;horizontalStack=0;resizeParent=1;resizeParentMax=0;resizeLast=0;collapsible=1;marginBottom=0;whiteSpace=wrap;html=1;" value="sessions" vertex="1">
-           <mxGeometry height="240" width="140" x="30" y="1470" as="geometry" />
+           <mxGeometry height="120" width="140" x="30" y="1490" as="geometry" />
        </mxCell>
        <mxCell id="Q1qn6uNOfP25dA6RXyFp-99" parent="Q1qn6uNOfP25dA6RXyFp-98" style="text;strokeColor=none;fillColor=none;align=left;verticalAlign=middle;spacingLeft=4;spacingRight=4;overflow=hidden;points=[[0,0.5],[1,0.5]];portConstraint=eastwest;rotatable=0;whiteSpace=wrap;html=1;" value="id" vertex="1">
          <mxGeometry height="30" width="140" y="30" as="geometry" />
        </mxCell>
-         <mxCell id="Q1qn6uNOfP25dA6RXyFp-100" parent="Q1qn6uNOfP25dA6RXyFp-98" style="text;strokeColor=none;fillColor=none;align=left;verticalAlign=middle;spacingLeft=4;spacingRight=4;overflow=hidden;points=[[0,0.5],[1,0.5]];portConstraint=eastwest;rotatable=0;whiteSpace=wrap;html=1;" value="name" vertex="1">
-           <mxGeometry height="30" width="140" y="60" as="geometry" />
-         </mxCell>
-         <mxCell id="Q1qn6uNOfP25dA6RXyFp-101" parent="Q1qn6uNOfP25dA6RXyFp-98" style="text;strokeColor=none;fillColor=none;align=left;verticalAlign=middle;spacingLeft=4;spacingRight=4;overflow=hidden;points=[[0,0.5],[1,0.5]];portConstraint=eastwest;rotatable=0;whiteSpace=wrap;html=1;" value="email" vertex="1">
-           <mxGeometry height="30" width="140" y="90" as="geometry" />
-         </mxCell>
-         <mxCell id="Q1qn6uNOfP25dA6RXyFp-102" parent="Q1qn6uNOfP25dA6RXyFp-98" style="text;strokeColor=none;fillColor=none;align=left;verticalAlign=middle;spacingLeft=4;spacingRight=4;overflow=hidden;points=[[0,0.5],[1,0.5]];portConstraint=eastwest;rotatable=0;whiteSpace=wrap;html=1;" value="&lt;div&gt;phone&lt;/div&gt;" vertex="1">
-           <mxGeometry height="30" width="140" y="120" as="geometry" />
-         </mxCell>
-         <mxCell id="Q1qn6uNOfP25dA6RXyFp-103" parent="Q1qn6uNOfP25dA6RXyFp-98" style="text;strokeColor=none;fillColor=none;align=left;verticalAlign=middle;spacingLeft=4;spacingRight=4;overflow=hidden;points=[[0,0.5],[1,0.5]];portConstraint=eastwest;rotatable=0;whiteSpace=wrap;html=1;" value="&lt;div&gt;wallet_address&lt;/div&gt;" vertex="1">
-           <mxGeometry height="30" width="140" y="150" as="geometry" />
-         </mxCell>
-         <mxCell id="Q1qn6uNOfP25dA6RXyFp-104" parent="Q1qn6uNOfP25dA6RXyFp-98" style="text;strokeColor=none;fillColor=none;align=left;verticalAlign=middle;spacingLeft=4;spacingRight=4;overflow=hidden;points=[[0,0.5],[1,0.5]];portConstraint=eastwest;rotatable=0;whiteSpace=wrap;html=1;" value="farm_name" vertex="1">
-           <mxGeometry height="30" width="140" y="180" as="geometry" />
-         </mxCell>
-         <mxCell id="Q1qn6uNOfP25dA6RXyFp-105" parent="Q1qn6uNOfP25dA6RXyFp-98" style="text;strokeColor=none;fillColor=none;align=left;verticalAlign=middle;spacingLeft=4;spacingRight=4;overflow=hidden;points=[[0,0.5],[1,0.5]];portConstraint=eastwest;rotatable=0;whiteSpace=wrap;html=1;" value="&lt;div&gt;c,u,d&lt;/div&gt;" vertex="1">
-           <mxGeometry height="30" width="140" y="210" as="geometry" />
+         <mxCell id="Q1qn6uNOfP25dA6RXyFp-101" parent="Q1qn6uNOfP25dA6RXyFp-98" style="text;strokeColor=none;fillColor=none;align=left;verticalAlign=middle;spacingLeft=4;spacingRight=4;overflow=hidden;points=[[0,0.5],[1,0.5]];portConstraint=eastwest;rotatable=0;whiteSpace=wrap;html=1;" value="user_id" vertex="1">
+           <mxGeometry height="30" width="140" y="60" as="geometry" />
+         </mxCell>
+         <mxCell id="-SLvS0wpx-RBKat0YRym-3" parent="Q1qn6uNOfP25dA6RXyFp-98" style="text;strokeColor=none;fillColor=none;align=left;verticalAlign=middle;spacingLeft=4;spacingRight=4;overflow=hidden;points=[[0,0.5],[1,0.5]];portConstraint=eastwest;rotatable=0;whiteSpace=wrap;html=1;" value="session_name" vertex="1">
+           <mxGeometry height="30" width="140" y="90" as="geometry" />
        </mxCell>
      </root>
    </mxGraphModel>
  </diagram>
</mxfile>
